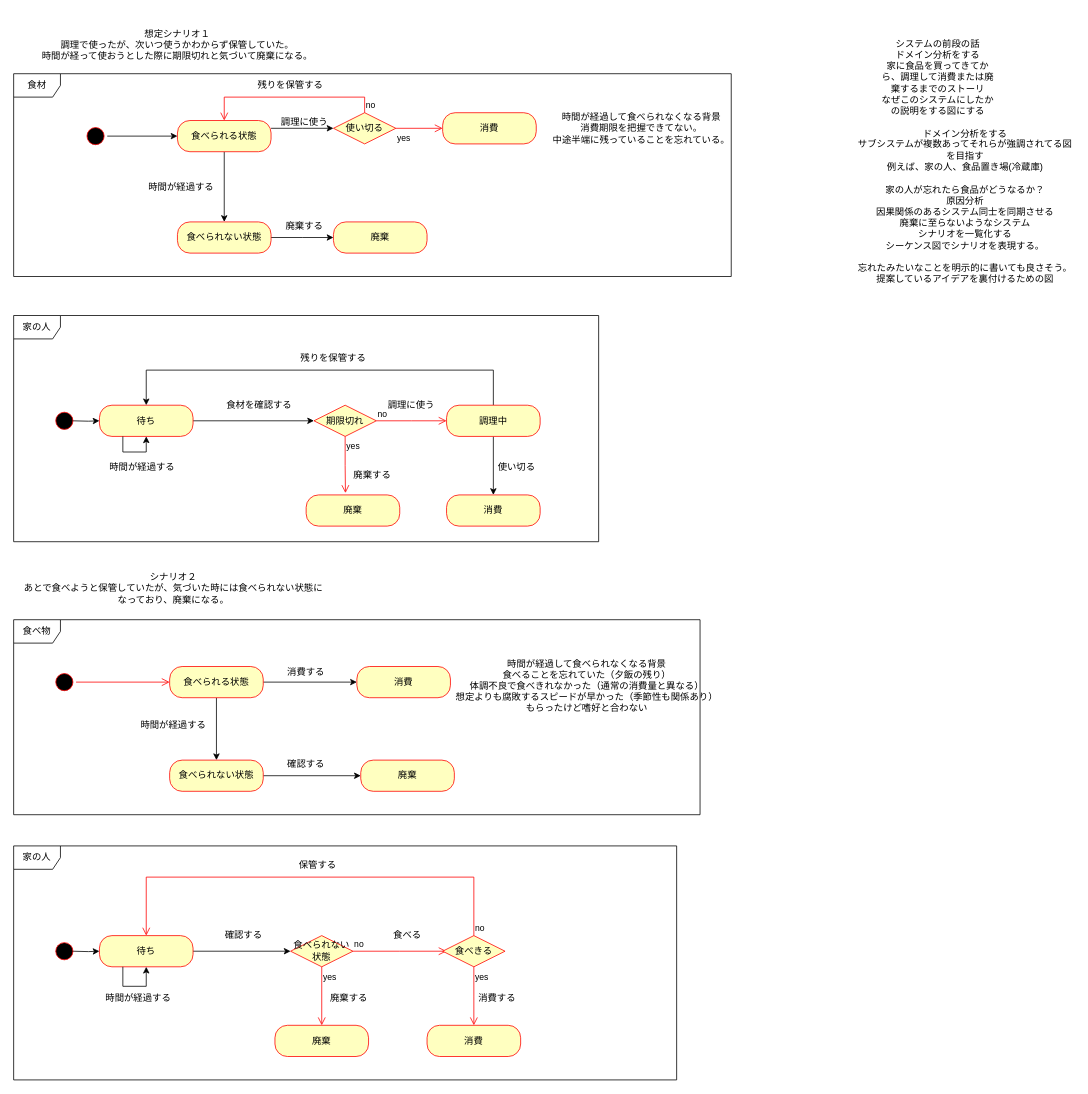
This is page "state-machine" (2 of 9) of general-design.drawio from d-angelo-2049/food-loss-designs, a draw.io file, before an edit. Source tidied: cells renumbered, new cells numbered last; positions are measured from the earlier drawing's top-left corner, leaving out a move shared by most shapes. Both pictures are drawn from the tidied source at 78%, with x=0, y=0 at pixel (13, 13).
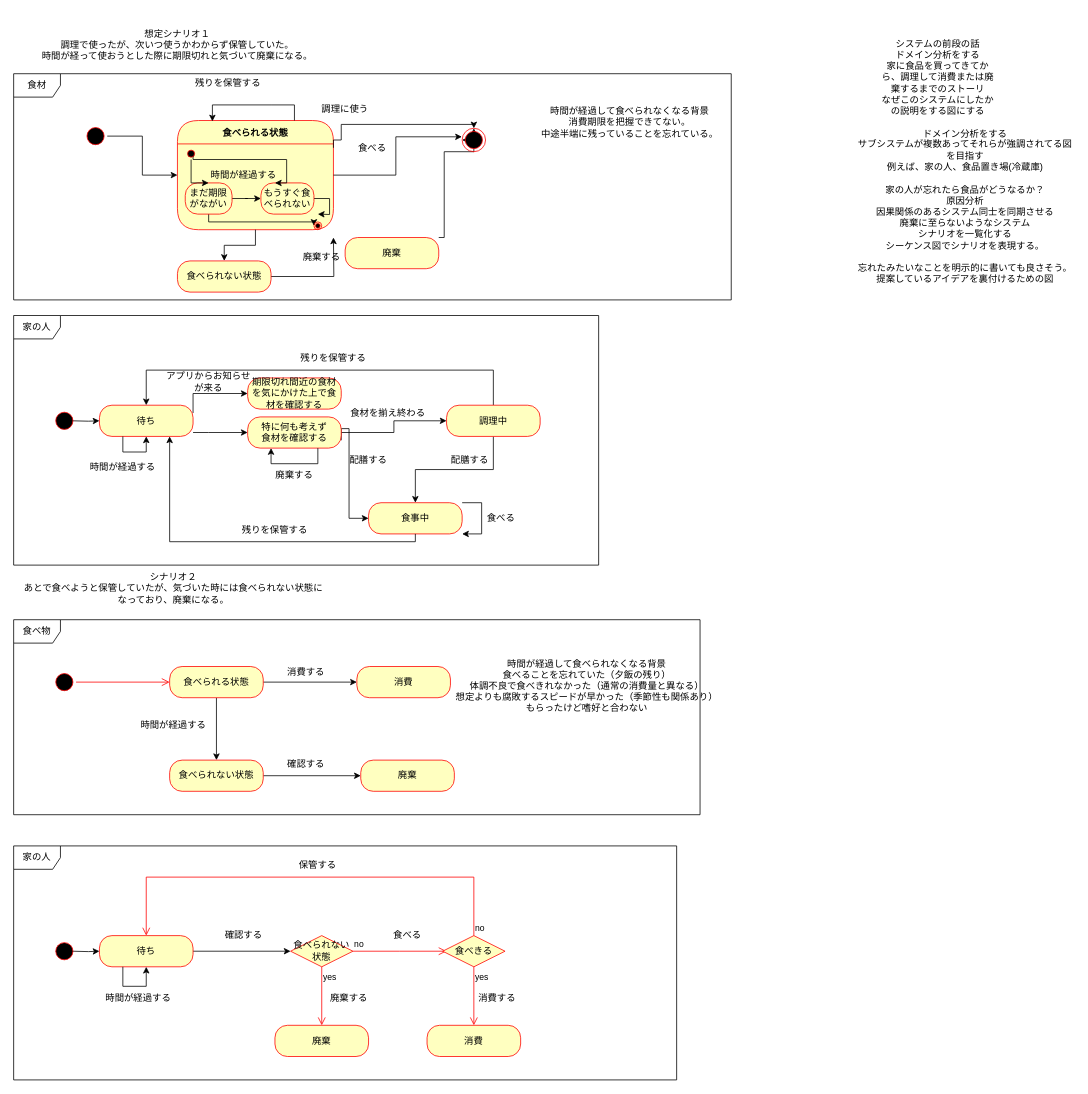
The same page after the edit.

Commit message:
general-design.drawio を更新します

The change refers to these unchanged cells:
```xml
<mxCell id="5" style="ellipse;html=1;shape=startState;fillColor=#000000;strokeColor=#ff0000;" parent="1" vertex="1">
  <mxGeometry x="90" y="142" width="30" height="30" as="geometry" />
</mxCell>
<mxCell id="18" value="待ち" style="rounded=1;whiteSpace=wrap;html=1;arcSize=40;fontColor=#000000;fillColor=#ffffc0;strokeColor=#ff0000;" parent="1" vertex="1">
  <mxGeometry x="110" y="502" width="120" height="40" as="geometry" />
</mxCell>
<mxCell id="25" value="調理中" style="rounded=1;whiteSpace=wrap;html=1;arcSize=40;fontColor=#000000;fillColor=#ffffc0;strokeColor=#ff0000;" parent="1" vertex="1">
  <mxGeometry x="555" y="502" width="120" height="40" as="geometry" />
</mxCell>
```

Diff of the diagram source:
```diff
@@
+    <mxCell id="9" value="食べられる状態" style="swimlane;fontStyle=1;align=center;verticalAlign=middle;horizontal=1;startSize=30;fontColor=#000000;rounded=1;arcSize=30;strokeColor=#ff0000;fillColor=#ffffc0;swimlaneFillColor=#ffffc0;" parent="1" vertex="1">
+      <mxGeometry x="210" y="137" width="200" height="140" as="geometry" />
+    </mxCell>
@@
-    <mxCell id="4" style="edgeStyle=orthogonalEdgeStyle;rounded=0;jettySize=auto;html=1;" parent="1" edge="1" source="5" target="9">
+    <mxCell id="4" style="edgeStyle=orthogonalEdgeStyle;rounded=0;jettySize=auto;html=1;entryX=0;entryY=0.5;entryDx=0;entryDy=0;" parent="1" edge="1" source="5" target="9">
       <mxGeometry relative="1" as="geometry" />
     </mxCell>
@@
-    <mxCell id="7" style="edgeStyle=orthogonalEdgeStyle;rounded=0;jettySize=auto;html=1;exitX=1;exitY=0.25;exitDx=0;exitDy=0;entryX=0;entryY=0.25;entryDx=0;entryDy=0;" parent="1" edge="1" source="9">
+    <mxCell id="7" style="edgeStyle=orthogonalEdgeStyle;rounded=0;jettySize=auto;html=1;exitX=1;exitY=0.25;exitDx=0;exitDy=0;entryX=0.5;entryY=0;entryDx=0;entryDy=0;" parent="1" edge="1" source="9" target="84">
       <mxGeometry relative="1" as="geometry">
-        <mxPoint x="410" y="147" as="targetPoint" />
+        <Array as="points">
+          <mxPoint x="410" y="162" />
+          <mxPoint x="420" y="162" />
+          <mxPoint x="420" y="142" />
+          <mxPoint x="590" y="142" />
+        </Array>
       </mxGeometry>
     </mxCell>
-    <mxCell id="8" style="edgeStyle=orthogonalEdgeStyle;rounded=0;jettySize=auto;html=1;entryX=0.5;entryY=0;entryDx=0;entryDy=0;" parent="1" edge="1" source="9" target="12">
-      <mxGeometry relative="1" as="geometry" />
-    </mxCell>
-    <mxCell id="9" value="食べられる状態" style="rounded=1;whiteSpace=wrap;html=1;arcSize=40;fontColor=#000000;fillColor=#ffffc0;strokeColor=#ff0000;" parent="1" vertex="1">
-      <mxGeometry x="210" y="137" width="120" height="40" as="geometry" />
-    </mxCell>
+    <mxCell id="78" style="edgeStyle=orthogonalEdgeStyle;rounded=0;jettySize=auto;html=1;entryX=-0.011;entryY=0.364;entryDx=0;entryDy=0;entryPerimeter=0;exitX=1;exitY=0.5;exitDx=0;exitDy=0;" parent="1" edge="1" source="9" target="84">
+      <mxGeometry relative="1" as="geometry">
+        <Array as="points">
+          <mxPoint x="490" y="207" />
+          <mxPoint x="490" y="158" />
+        </Array>
+      </mxGeometry>
+    </mxCell>
     <mxCell id="10" value="食材" style="shape=umlFrame;whiteSpace=wrap;html=1;" parent="1" vertex="1">
-      <mxGeometry y="77" width="920" height="260" as="geometry" />
+      <mxGeometry y="77" width="920" height="290" as="geometry" />
     </mxCell>
@@
     <mxCell id="12" value="食べられない状態" style="rounded=1;whiteSpace=wrap;html=1;arcSize=40;fontColor=#000000;fillColor=#ffffc0;strokeColor=#ff0000;" parent="1" vertex="1">
-      <mxGeometry x="210" y="267" width="120" height="40" as="geometry" />
+      <mxGeometry x="210" y="317" width="120" height="40" as="geometry" />
     </mxCell>
+    <mxCell id="79" style="edgeStyle=orthogonalEdgeStyle;rounded=0;jettySize=auto;html=1;entryX=0;entryY=0.5;entryDx=0;entryDy=0;" parent="1" edge="1" source="13" target="84">
+      <mxGeometry relative="1" as="geometry">
+        <Array as="points">
+          <mxPoint x="552" y="287" />
+          <mxPoint x="552" y="177" />
+          <mxPoint x="590" y="177" />
+          <mxPoint x="590" y="162" />
+        </Array>
+      </mxGeometry>
+    </mxCell>
     <mxCell id="13" value="&lt;span style=&quot;font-weight: normal;&quot;&gt;廃棄&lt;/span&gt;" style="rounded=1;whiteSpace=wrap;html=1;arcSize=40;fontColor=#000000;fillColor=#ffffc0;strokeColor=#ff0000;fontStyle=1;" parent="1" vertex="1">
-      <mxGeometry x="410" y="267" width="120" height="40" as="geometry" />
+      <mxGeometry x="425" y="287" width="120" height="40" as="geometry" />
     </mxCell>
     <mxCell id="14" value="家の人" style="shape=umlFrame;whiteSpace=wrap;html=1;" parent="1" vertex="1">
-      <mxGeometry y="387" width="750" height="290" as="geometry" />
+      <mxGeometry y="387" width="750" height="320" as="geometry" />
     </mxCell>
@@
-    <mxCell id="17" style="edgeStyle=orthogonalEdgeStyle;rounded=0;jettySize=auto;html=1;" parent="1" edge="1" source="18" target="28">
-      <mxGeometry relative="1" as="geometry" />
-    </mxCell>
+    <mxCell id="80" style="edgeStyle=orthogonalEdgeStyle;rounded=0;jettySize=auto;html=1;exitX=1;exitY=0.25;exitDx=0;exitDy=0;entryX=0;entryY=0.5;entryDx=0;entryDy=0;" parent="1" edge="1" source="18" target="100">
+      <mxGeometry relative="1" as="geometry">
+        <Array as="points">
+          <mxPoint x="230" y="487" />
+        </Array>
+      </mxGeometry>
+    </mxCell>
+    <mxCell id="81" style="edgeStyle=orthogonalEdgeStyle;rounded=0;jettySize=auto;html=1;" parent="1" edge="1" source="18" target="87">
+      <mxGeometry relative="1" as="geometry">
+        <Array as="points">
+          <mxPoint x="250" y="537" />
+          <mxPoint x="250" y="537" />
+        </Array>
+      </mxGeometry>
+    </mxCell>
@@
     <mxCell id="19" value="時間が経過する" style="text;html=1;strokeColor=none;fillColor=none;align=center;verticalAlign=middle;whiteSpace=wrap;rounded=0;" parent="1" vertex="1">
-      <mxGeometry x="165" y="207" width="100" height="30" as="geometry" />
+      <mxGeometry x="245" y="192" width="100" height="30" as="geometry" />
     </mxCell>
     <mxCell id="20" value="廃棄する" style="text;html=1;strokeColor=none;fillColor=none;align=center;verticalAlign=middle;whiteSpace=wrap;rounded=0;" parent="1" vertex="1">
-      <mxGeometry x="318" y="257" width="110" height="30" as="geometry" />
+      <mxGeometry x="340" y="297" width="110" height="30" as="geometry" />
     </mxCell>
     <mxCell id="21" value="調理に使う" style="text;html=1;strokeColor=none;fillColor=none;align=center;verticalAlign=middle;whiteSpace=wrap;rounded=0;" parent="1" vertex="1">
-      <mxGeometry x="318" y="124" width="110" height="30" as="geometry" />
+      <mxGeometry x="370" y="107" width="110" height="30" as="geometry" />
     </mxCell>
     <mxCell id="22" value="残りを保管する" style="text;html=1;strokeColor=none;fillColor=none;align=center;verticalAlign=middle;whiteSpace=wrap;rounded=0;" parent="1" vertex="1">
-      <mxGeometry x="300" y="77" width="110" height="30" as="geometry" />
+      <mxGeometry x="220" y="74" width="110" height="30" as="geometry" />
     </mxCell>
@@
-    <mxCell id="24" style="edgeStyle=orthogonalEdgeStyle;rounded=0;jettySize=auto;html=1;entryX=0.5;entryY=0;entryDx=0;entryDy=0;" parent="1" edge="1" source="25" target="60">
-      <mxGeometry relative="1" as="geometry" />
-    </mxCell>
+    <mxCell id="82" style="edgeStyle=orthogonalEdgeStyle;rounded=0;jettySize=auto;html=1;entryX=0.5;entryY=0;entryDx=0;entryDy=0;" parent="1" edge="1" source="25" target="90">
+      <mxGeometry relative="1" as="geometry" />
+    </mxCell>
@@
-    <mxCell id="26" value="調理に使う" style="text;html=1;strokeColor=none;fillColor=none;align=center;verticalAlign=middle;whiteSpace=wrap;rounded=0;" parent="1" vertex="1">
-      <mxGeometry x="455" y="487" width="110" height="30" as="geometry" />
+    <mxCell id="26" value="食材を揃え終わる" style="text;html=1;strokeColor=none;fillColor=none;align=center;verticalAlign=middle;whiteSpace=wrap;rounded=0;" parent="1" vertex="1">
+      <mxGeometry x="425" y="497" width="110" height="30" as="geometry" />
     </mxCell>
-    <mxCell id="27" value="廃棄" style="rounded=1;whiteSpace=wrap;html=1;arcSize=40;fontColor=#000000;fillColor=#ffffc0;strokeColor=#ff0000;" parent="1" vertex="1">
-      <mxGeometry x="375" y="617" width="120" height="40" as="geometry" />
-    </mxCell>
-    <mxCell id="28" value="期限切れ" style="rhombus;whiteSpace=wrap;html=1;fontColor=#000000;fillColor=#ffffc0;strokeColor=#ff0000;" parent="1" vertex="1">
-      <mxGeometry x="385" y="502" width="80" height="40" as="geometry" />
-    </mxCell>
-    <mxCell id="29" value="no" style="edgeStyle=orthogonalEdgeStyle;html=1;align=left;verticalAlign=bottom;endArrow=open;endSize=8;strokeColor=#ff0000;rounded=0;entryX=0;entryY=0.5;entryDx=0;entryDy=0;" parent="1" edge="1" source="28">
-      <mxGeometry x="-1" relative="1" as="geometry">
-        <mxPoint x="555" y="522" as="targetPoint" />
-      </mxGeometry>
-    </mxCell>
-    <mxCell id="30" value="yes" style="edgeStyle=orthogonalEdgeStyle;html=1;align=left;verticalAlign=top;endArrow=open;endSize=8;strokeColor=#ff0000;rounded=0;entryX=0.42;entryY=-0.06;entryDx=0;entryDy=0;entryPerimeter=0;" parent="1" edge="1" source="28" target="27">
-      <mxGeometry x="-1" relative="1" as="geometry" />
-    </mxCell>
-    <mxCell id="31" value="食材を確認する" style="text;html=1;strokeColor=none;fillColor=none;align=center;verticalAlign=middle;whiteSpace=wrap;rounded=0;" parent="1" vertex="1">
-      <mxGeometry x="260" y="487" width="110" height="30" as="geometry" />
-    </mxCell>
     <mxCell id="32" value="廃棄する" style="text;html=1;strokeColor=none;fillColor=none;align=center;verticalAlign=middle;whiteSpace=wrap;rounded=0;" parent="1" vertex="1">
-      <mxGeometry x="405" y="577" width="110" height="30" as="geometry" />
+      <mxGeometry x="305" y="577" width="110" height="30" as="geometry" />
     </mxCell>
@@
-    <mxCell id="59" value="消費" style="rounded=1;whiteSpace=wrap;html=1;arcSize=40;fontColor=#000000;fillColor=#ffffc0;strokeColor=#ff0000;" parent="1" vertex="1">
-      <mxGeometry x="550" y="127" width="120" height="40" as="geometry" />
-    </mxCell>
-    <mxCell id="60" value="消費" style="rounded=1;whiteSpace=wrap;html=1;arcSize=40;fontColor=#000000;fillColor=#ffffc0;strokeColor=#ff0000;" parent="1" vertex="1">
-      <mxGeometry x="555" y="617" width="120" height="40" as="geometry" />
-    </mxCell>
-    <mxCell id="61" value="使い切る" style="text;html=1;strokeColor=none;fillColor=none;align=center;verticalAlign=middle;whiteSpace=wrap;rounded=0;" parent="1" vertex="1">
-      <mxGeometry x="590" y="567" width="110" height="30" as="geometry" />
-    </mxCell>
+    <mxCell id="83" style="edgeStyle=orthogonalEdgeStyle;rounded=0;jettySize=auto;html=1;entryX=0.5;entryY=0;entryDx=0;entryDy=0;" parent="1" edge="1" target="84">
+      <mxGeometry relative="1" as="geometry">
+        <mxPoint x="592.5" y="172" as="sourcePoint" />
+      </mxGeometry>
+    </mxCell>
@@
-    <mxCell id="71" value="使い切る" style="rhombus;whiteSpace=wrap;html=1;fontColor=#000000;fillColor=#ffffc0;strokeColor=#ff0000;" parent="1" vertex="1">
-      <mxGeometry x="410" y="127" width="80" height="40" as="geometry" />
-    </mxCell>
-    <mxCell id="72" value="no" style="edgeStyle=orthogonalEdgeStyle;html=1;align=left;verticalAlign=bottom;endArrow=open;endSize=8;strokeColor=#ff0000;rounded=0;entryX=0.5;entryY=0;entryDx=0;entryDy=0;" parent="1" edge="1" source="71" target="9">
-      <mxGeometry x="-1" relative="1" as="geometry">
-        <Array as="points">
-          <mxPoint x="450" y="107" />
-          <mxPoint x="270" y="107" />
-        </Array>
-      </mxGeometry>
-    </mxCell>
-    <mxCell id="73" value="yes" style="edgeStyle=orthogonalEdgeStyle;html=1;align=left;verticalAlign=top;endArrow=open;endSize=8;strokeColor=#ff0000;rounded=0;entryX=0;entryY=0.5;entryDx=0;entryDy=0;" parent="1" edge="1" source="71" target="59">
-      <mxGeometry x="-1" relative="1" as="geometry" />
-    </mxCell>
     <mxCell id="74" value="時間が経過する" style="text;html=1;strokeColor=none;fillColor=none;align=center;verticalAlign=middle;whiteSpace=wrap;rounded=0;" parent="1" vertex="1">
-      <mxGeometry x="115" y="567" width="100" height="30" as="geometry" />
+      <mxGeometry x="90" y="567" width="100" height="30" as="geometry" />
     </mxCell>
@@
     <mxCell id="77" value="時間が経過して食べられなくなる背景&lt;br&gt;消費期限を把握できてない。&lt;br&gt;中途半端に残っていることを忘れている。" style="text;html=1;strokeColor=none;fillColor=none;align=center;verticalAlign=middle;whiteSpace=wrap;rounded=0;" parent="1" vertex="1">
-      <mxGeometry x="675" y="82" width="260" height="130" as="geometry" />
+      <mxGeometry x="660" y="74" width="260" height="130" as="geometry" />
     </mxCell>
+    <mxCell id="84" style="ellipse;html=1;shape=endState;fillColor=#000000;strokeColor=#ff0000;" parent="1" vertex="1">
+      <mxGeometry x="575" y="147" width="30" height="30" as="geometry" />
+    </mxCell>
+    <mxCell id="85" style="edgeStyle=orthogonalEdgeStyle;rounded=0;jettySize=auto;html=1;entryX=0;entryY=0.5;entryDx=0;entryDy=0;" parent="1" edge="1" source="87" target="25">
+      <mxGeometry relative="1" as="geometry" />
+    </mxCell>
+    <mxCell id="86" style="edgeStyle=orthogonalEdgeStyle;rounded=0;jettySize=auto;html=1;exitX=1;exitY=0.75;exitDx=0;exitDy=0;entryX=0;entryY=0.5;entryDx=0;entryDy=0;" parent="1" edge="1" source="87" target="90">
+      <mxGeometry relative="1" as="geometry">
+        <Array as="points">
+          <mxPoint x="430" y="532" />
+          <mxPoint x="430" y="647" />
+        </Array>
+      </mxGeometry>
+    </mxCell>
+    <mxCell id="87" value="特に何も考えず&lt;br&gt;食材を確認する" style="rounded=1;whiteSpace=wrap;html=1;arcSize=40;fontColor=#000000;fillColor=#ffffc0;strokeColor=#ff0000;" parent="1" vertex="1">
+      <mxGeometry x="300" y="517" width="120" height="40" as="geometry" />
+    </mxCell>
+    <mxCell id="88" style="edgeStyle=orthogonalEdgeStyle;rounded=0;orthogonalLoop=1;jettySize=auto;html=1;exitX=0.75;exitY=1;exitDx=0;exitDy=0;entryX=0.25;entryY=1;entryDx=0;entryDy=0;" parent="1" edge="1" source="87" target="87">
+      <mxGeometry relative="1" as="geometry">
+        <Array as="points">
+          <mxPoint x="390" y="577" />
+          <mxPoint x="330" y="577" />
+        </Array>
+      </mxGeometry>
+    </mxCell>
+    <mxCell id="89" value="食べる" style="text;html=1;strokeColor=none;fillColor=none;align=center;verticalAlign=middle;whiteSpace=wrap;rounded=0;" parent="1" vertex="1">
+      <mxGeometry x="405" y="157" width="110" height="30" as="geometry" />
+    </mxCell>
+    <mxCell id="90" value="食事中" style="rounded=1;whiteSpace=wrap;html=1;arcSize=40;fontColor=#000000;fillColor=#ffffc0;strokeColor=#ff0000;" parent="1" vertex="1">
+      <mxGeometry x="455" y="627" width="120" height="40" as="geometry" />
+    </mxCell>
+    <mxCell id="91" value="配膳する" style="text;html=1;strokeColor=none;fillColor=none;align=center;verticalAlign=middle;whiteSpace=wrap;rounded=0;" parent="1" vertex="1">
+      <mxGeometry x="420" y="557" width="70" height="30" as="geometry" />
+    </mxCell>
+    <mxCell id="92" value="配膳する" style="text;html=1;strokeColor=none;fillColor=none;align=center;verticalAlign=middle;whiteSpace=wrap;rounded=0;" parent="1" vertex="1">
+      <mxGeometry x="550" y="557" width="70" height="30" as="geometry" />
+    </mxCell>
+    <mxCell id="93" style="edgeStyle=orthogonalEdgeStyle;rounded=0;orthogonalLoop=1;jettySize=auto;html=1;exitX=1;exitY=0;exitDx=0;exitDy=0;entryX=1;entryY=1;entryDx=0;entryDy=0;" parent="1" edge="1" source="90" target="90">
+      <mxGeometry relative="1" as="geometry">
+        <Array as="points">
+          <mxPoint x="600" y="627" />
+          <mxPoint x="600" y="667" />
+        </Array>
+      </mxGeometry>
+    </mxCell>
+    <mxCell id="94" value="食べる" style="text;html=1;strokeColor=none;fillColor=none;align=center;verticalAlign=middle;whiteSpace=wrap;rounded=0;" parent="1" vertex="1">
+      <mxGeometry x="590" y="632" width="70" height="30" as="geometry" />
+    </mxCell>
+    <mxCell id="95" style="edgeStyle=orthogonalEdgeStyle;rounded=0;jettySize=auto;html=1;entryX=0.75;entryY=1;entryDx=0;entryDy=0;" parent="1" edge="1" source="90" target="18">
+      <mxGeometry relative="1" as="geometry">
+        <Array as="points">
+          <mxPoint x="515" y="677" />
+          <mxPoint x="200" y="677" />
+        </Array>
+      </mxGeometry>
+    </mxCell>
+    <mxCell id="96" value="残りを保管する" style="text;html=1;strokeColor=none;fillColor=none;align=center;verticalAlign=middle;whiteSpace=wrap;rounded=0;" parent="1" vertex="1">
+      <mxGeometry x="280" y="647" width="110" height="30" as="geometry" />
+    </mxCell>
+    <mxCell id="97" style="edgeStyle=orthogonalEdgeStyle;rounded=0;jettySize=auto;html=1;entryX=0;entryY=0.5;entryDx=0;entryDy=0;" parent="1" edge="1" source="99" target="103">
+      <mxGeometry relative="1" as="geometry" />
+    </mxCell>
+    <mxCell id="98" style="edgeStyle=orthogonalEdgeStyle;rounded=0;jettySize=auto;html=1;entryX=0;entryY=0.5;entryDx=0;entryDy=0;" parent="1" edge="1" source="99" target="108">
+      <mxGeometry relative="1" as="geometry">
+        <Array as="points">
+          <mxPoint x="250" y="267" />
+        </Array>
+      </mxGeometry>
+    </mxCell>
+    <mxCell id="99" value="まだ期限がながい" style="rounded=1;whiteSpace=wrap;html=1;arcSize=40;fontColor=#000000;fillColor=#ffffc0;strokeColor=#ff0000;" parent="1" vertex="1">
+      <mxGeometry x="220" y="217" width="60" height="40" as="geometry" />
+    </mxCell>
+    <mxCell id="100" value="期限切れ間近の食材を気にかけた上で食材を確認する" style="rounded=1;whiteSpace=wrap;html=1;arcSize=40;fontColor=#000000;fillColor=#ffffc0;strokeColor=#ff0000;" parent="1" vertex="1">
+      <mxGeometry x="300" y="467" width="120" height="40" as="geometry" />
+    </mxCell>
+    <mxCell id="101" value="アプリからお知らせが来る" style="text;html=1;strokeColor=none;fillColor=none;align=center;verticalAlign=middle;whiteSpace=wrap;rounded=0;" parent="1" vertex="1">
+      <mxGeometry x="195" y="457" width="110" height="30" as="geometry" />
+    </mxCell>
+    <mxCell id="8" style="edgeStyle=orthogonalEdgeStyle;rounded=0;jettySize=auto;html=1;exitX=0.5;exitY=1;exitDx=0;exitDy=0;entryX=0.5;entryY=0;entryDx=0;entryDy=0;" parent="1" edge="1" source="9" target="12">
+      <mxGeometry relative="1" as="geometry" />
+    </mxCell>
+    <mxCell id="102" style="edgeStyle=orthogonalEdgeStyle;rounded=0;jettySize=auto;html=1;" parent="1" edge="1" source="103">
+      <mxGeometry relative="1" as="geometry">
+        <mxPoint x="390" y="257" as="targetPoint" />
+      </mxGeometry>
+    </mxCell>
+    <mxCell id="103" value="もうすぐ食べられない" style="rounded=1;whiteSpace=wrap;html=1;arcSize=40;fontColor=#000000;fillColor=#ffffc0;strokeColor=#ff0000;" parent="1" vertex="1">
+      <mxGeometry x="317" y="217" width="68" height="40" as="geometry" />
+    </mxCell>
+    <mxCell id="104" style="edgeStyle=orthogonalEdgeStyle;rounded=0;orthogonalLoop=1;jettySize=auto;html=1;exitX=0.75;exitY=0;exitDx=0;exitDy=0;entryX=0.224;entryY=0.008;entryDx=0;entryDy=0;entryPerimeter=0;" parent="1" edge="1" source="9" target="9">
+      <mxGeometry relative="1" as="geometry">
+        <Array as="points">
+          <mxPoint x="330" y="117" />
+          <mxPoint x="246" y="117" />
+        </Array>
+      </mxGeometry>
+    </mxCell>
+    <mxCell id="105" style="edgeStyle=orthogonalEdgeStyle;rounded=0;jettySize=auto;html=1;entryX=0.5;entryY=0;entryDx=0;entryDy=0;" parent="1" edge="1" source="107" target="99">
+      <mxGeometry relative="1" as="geometry">
+        <Array as="points">
+          <mxPoint x="228" y="217" />
+        </Array>
+      </mxGeometry>
+    </mxCell>
+    <mxCell id="106" style="edgeStyle=orthogonalEdgeStyle;rounded=0;orthogonalLoop=1;jettySize=auto;html=1;" parent="1" edge="1">
+      <mxGeometry relative="1" as="geometry">
+        <mxPoint x="230" y="179.5" as="sourcePoint" />
+        <mxPoint x="335" y="217" as="targetPoint" />
+        <Array as="points">
+          <mxPoint x="230" y="187" />
+          <mxPoint x="350" y="187" />
+          <mxPoint x="350" y="217" />
+        </Array>
+      </mxGeometry>
+    </mxCell>
+    <mxCell id="107" style="ellipse;html=1;shape=startState;fillColor=#000000;strokeColor=#ff0000;" parent="1" vertex="1">
+      <mxGeometry x="220" y="172" width="15" height="15" as="geometry" />
+    </mxCell>
+    <mxCell id="108" style="ellipse;html=1;shape=endState;fillColor=#000000;strokeColor=#ff0000;" parent="1" vertex="1">
+      <mxGeometry x="385" y="267" width="10" height="10" as="geometry" />
+    </mxCell>
```
